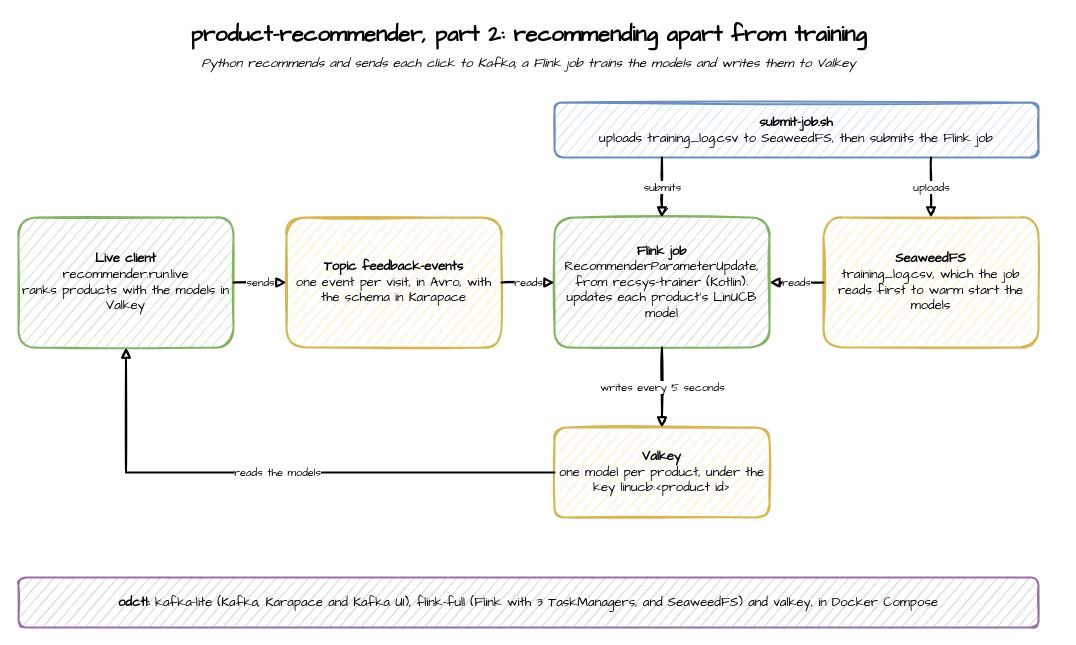
jaehyeon-kim/benchtop keeps this draw.io diagram as product-recommender/images/part-2.drawio. Above is the earlier version. Source tidied: cells renumbered, new cells numbered last; positions are measured from the earlier drawing's top-left corner, leaving out a move shared by most shapes. Both pictures are drawn from the tidied source at 100%, with x=0, y=0 at pixel (18, 17).
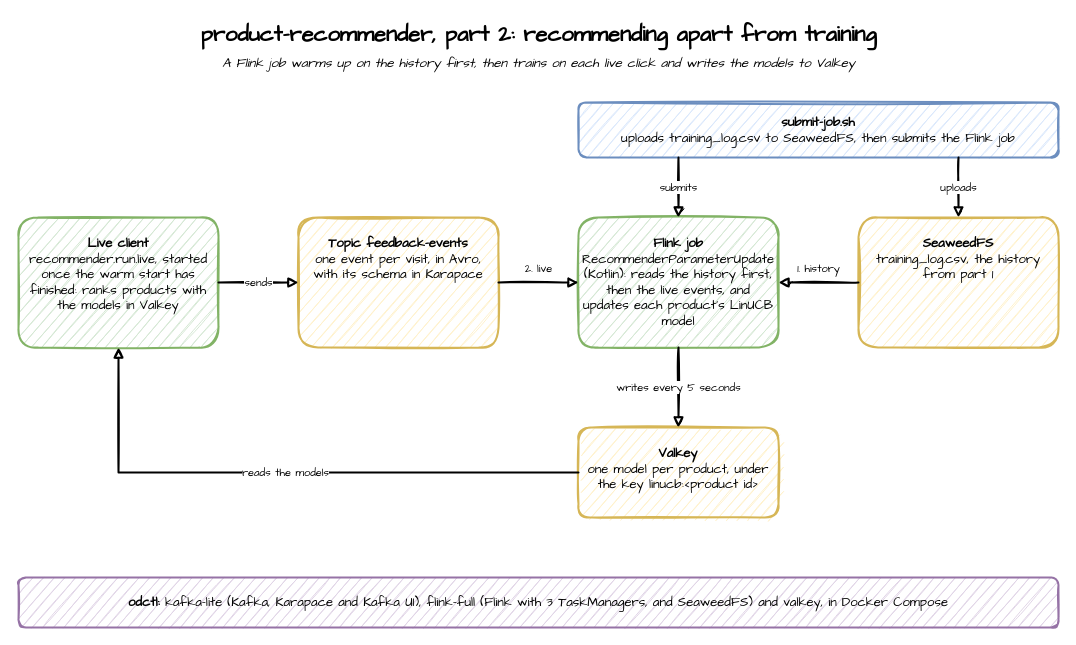
The same diagram, later.

Commit message (it also covers changes not shown here):
product-recommender: redraw the part 1 and part 2 diagrams

The edit, as a diff of the source:
```diff
@@
 <mxGraphModel>
   <root>
     <mxCell id="0" />
     <mxCell id="1" parent="0" />
     <mxCell id="2" value="product-recommender, part 2: recommending apart from training" style="text;html=1;align=center;verticalAlign=middle;fontFamily=Comic Sans MS;fontSize=22;fontStyle=1;strokeColor=none;fillColor=none;" parent="1" vertex="1">
-      <mxGeometry width="1020" height="36" as="geometry" />
+      <mxGeometry width="1040" height="36" as="geometry" />
     </mxCell>
-    <mxCell id="3" value="Python recommends and sends each click to Kafka; a Flink job trains the models and writes them to Valkey" style="text;html=1;align=center;verticalAlign=middle;fontFamily=Comic Sans MS;fontSize=13;fontStyle=2;strokeColor=none;fillColor=none;" parent="1" vertex="1">
-      <mxGeometry y="34" width="1020" height="24" as="geometry" />
+    <mxCell id="3" value="A Flink job warms up on the history first, then trains on each live click and writes the models to Valkey" style="text;html=1;align=center;verticalAlign=middle;fontFamily=Comic Sans MS;fontSize=13;fontStyle=2;strokeColor=none;fillColor=none;" parent="1" vertex="1">
+      <mxGeometry y="34" width="1040" height="24" as="geometry" />
     </mxCell>
     <mxCell id="4" value="&lt;b&gt;submit-job.sh&lt;/b&gt;&lt;br&gt;uploads training_log.csv to SeaweedFS, then submits the Flink job" style="sketch=1;fontFamily=Comic Sans MS;strokeWidth=2;html=1;rounded=1;whiteSpace=wrap;fontSize=13;fillColor=#dae8fc;strokeColor=#6c8ebf;" parent="1" vertex="1">
-      <mxGeometry x="536" y="85" width="484" height="55" as="geometry" />
+      <mxGeometry x="560" y="85" width="480" height="55" as="geometry" />
     </mxCell>
-    <mxCell id="5" value="&lt;b&gt;Live client&lt;/b&gt;&lt;br&gt;recommender.run.live&lt;br&gt;ranks products with the models in Valkey" style="sketch=1;fontFamily=Comic Sans MS;strokeWidth=2;html=1;rounded=1;whiteSpace=wrap;fontSize=13;fillColor=#d5e8d4;strokeColor=#82b366;" parent="1" vertex="1">
-      <mxGeometry y="200" width="215" height="130" as="geometry" />
+    <mxCell id="5" value="&lt;b&gt;Live client&lt;/b&gt;&lt;br&gt;recommender.run.live, started once the warm start has finished: ranks products with the models in Valkey" style="sketch=1;fontFamily=Comic Sans MS;strokeWidth=2;html=1;rounded=1;whiteSpace=wrap;fontSize=13;fillColor=#d5e8d4;strokeColor=#82b366;verticalAlign=top;spacingTop=12;spacingLeft=8;spacingRight=8;" parent="1" vertex="1">
+      <mxGeometry y="200" width="200" height="130" as="geometry" />
     </mxCell>
-    <mxCell id="6" value="&lt;b&gt;Topic feedback-events&lt;/b&gt;&lt;br&gt;one event per visit, in Avro, with the schema in Karapace" style="sketch=1;fontFamily=Comic Sans MS;strokeWidth=2;html=1;rounded=1;whiteSpace=wrap;fontSize=13;fillColor=#fff2cc;strokeColor=#d6b656;" parent="1" vertex="1">
-      <mxGeometry x="268" y="200" width="215" height="130" as="geometry" />
+    <mxCell id="6" value="&lt;b&gt;Topic feedback-events&lt;/b&gt;&lt;br&gt;one event per visit, in Avro, with its schema in Karapace" style="sketch=1;fontFamily=Comic Sans MS;strokeWidth=2;html=1;rounded=1;whiteSpace=wrap;fontSize=13;fillColor=#fff2cc;strokeColor=#d6b656;verticalAlign=top;spacingTop=12;spacingLeft=8;spacingRight=8;" parent="1" vertex="1">
+      <mxGeometry x="280" y="200" width="200" height="130" as="geometry" />
     </mxCell>
-    <mxCell id="7" value="&lt;b&gt;Flink job&lt;/b&gt;&lt;br&gt;RecommenderParameterUpdate, from recsys-trainer (Kotlin): updates each product's LinUCB model" style="sketch=1;fontFamily=Comic Sans MS;strokeWidth=2;html=1;rounded=1;whiteSpace=wrap;fontSize=13;fillColor=#d5e8d4;strokeColor=#82b366;" parent="1" vertex="1">
-      <mxGeometry x="536" y="200" width="215" height="130" as="geometry" />
+    <mxCell id="7" value="&lt;b&gt;Flink job&lt;/b&gt;&lt;br&gt;RecommenderParameterUpdate (Kotlin): reads the history first, then the live events, and updates each product's LinUCB model" style="sketch=1;fontFamily=Comic Sans MS;strokeWidth=2;html=1;rounded=1;whiteSpace=wrap;fontSize=13;fillColor=#d5e8d4;strokeColor=#82b366;verticalAlign=top;spacingTop=12;spacingLeft=8;spacingRight=8;" parent="1" vertex="1">
+      <mxGeometry x="560" y="200" width="200" height="130" as="geometry" />
     </mxCell>
-    <mxCell id="8" value="&lt;b&gt;SeaweedFS&lt;/b&gt;&lt;br&gt;training_log.csv, which the job reads first to warm start the models" style="sketch=1;fontFamily=Comic Sans MS;strokeWidth=2;html=1;rounded=1;whiteSpace=wrap;fontSize=13;fillColor=#fff2cc;strokeColor=#d6b656;" parent="1" vertex="1">
-      <mxGeometry x="805" y="200" width="215" height="130" as="geometry" />
+    <mxCell id="8" value="&lt;b&gt;SeaweedFS&lt;/b&gt;&lt;br&gt;training_log.csv, the history from part 1" style="sketch=1;fontFamily=Comic Sans MS;strokeWidth=2;html=1;rounded=1;whiteSpace=wrap;fontSize=13;fillColor=#fff2cc;strokeColor=#d6b656;verticalAlign=top;spacingTop=12;spacingLeft=8;spacingRight=8;" parent="1" vertex="1">
+      <mxGeometry x="840" y="200" width="200" height="130" as="geometry" />
     </mxCell>
-    <mxCell id="9" value="&lt;b&gt;Valkey&lt;/b&gt;&lt;br&gt;one model per product, under the key linucb:&amp;lt;product id&amp;gt;" style="sketch=1;fontFamily=Comic Sans MS;strokeWidth=2;html=1;rounded=1;whiteSpace=wrap;fontSize=13;fillColor=#fff2cc;strokeColor=#d6b656;" parent="1" vertex="1">
-      <mxGeometry x="536" y="410" width="215" height="90" as="geometry" />
+    <mxCell id="9" value="&lt;b&gt;Valkey&lt;/b&gt;&lt;br&gt;one model per product, under the key linucb:&amp;lt;product id&amp;gt;" style="sketch=1;fontFamily=Comic Sans MS;strokeWidth=2;html=1;rounded=1;whiteSpace=wrap;fontSize=13;fillColor=#fff2cc;strokeColor=#d6b656;verticalAlign=top;spacingTop=12;spacingLeft=8;spacingRight=8;" parent="1" vertex="1">
+      <mxGeometry x="560" y="410" width="200" height="90" as="geometry" />
     </mxCell>
     <mxCell id="10" value="&lt;b&gt;odctl:&lt;/b&gt; kafka-lite (Kafka, Karapace and Kafka UI), flink-full (Flink with 3 TaskManagers, and SeaweedFS) and valkey, in Docker Compose" style="sketch=1;fontFamily=Comic Sans MS;strokeWidth=2;html=1;rounded=1;whiteSpace=wrap;fontSize=13;fillColor=#e1d5e7;strokeColor=#9673a6;" parent="1" vertex="1">
-      <mxGeometry y="560" width="1020" height="50" as="geometry" />
+      <mxGeometry y="560" width="1040" height="50" as="geometry" />
     </mxCell>
-    <mxCell id="11" value="submits" style="sketch=1;fontFamily=Comic Sans MS;strokeWidth=2;html=1;edgeStyle=orthogonalEdgeStyle;rounded=0;endArrow=block;endFill=1;fontSize=11;labelBackgroundColor=#ffffff;exitX=0.222;exitY=1;entryX=0.5;entryY=0;" parent="1" edge="1" source="4" target="7">
+    <mxCell id="11" value="submits" style="sketch=1;fontFamily=Comic Sans MS;strokeWidth=2;html=1;edgeStyle=orthogonalEdgeStyle;rounded=0;endArrow=block;endFill=1;fontSize=11;labelBackgroundColor=#ffffff;exitX=0.2083;exitY=1;entryX=0.5;entryY=0;" parent="1" edge="1" source="4" target="7">
       <mxGeometry relative="1" as="geometry" />
     </mxCell>
-    <mxCell id="12" value="uploads" style="sketch=1;fontFamily=Comic Sans MS;strokeWidth=2;html=1;edgeStyle=orthogonalEdgeStyle;rounded=0;endArrow=block;endFill=1;fontSize=11;labelBackgroundColor=#ffffff;exitX=0.778;exitY=1;entryX=0.5;entryY=0;" parent="1" edge="1" source="4" target="8">
+    <mxCell id="12" value="uploads" style="sketch=1;fontFamily=Comic Sans MS;strokeWidth=2;html=1;edgeStyle=orthogonalEdgeStyle;rounded=0;endArrow=block;endFill=1;fontSize=11;labelBackgroundColor=#ffffff;exitX=0.7917;exitY=1;entryX=0.5;entryY=0;" parent="1" edge="1" source="4" target="8">
       <mxGeometry relative="1" as="geometry" />
     </mxCell>
     <mxCell id="13" value="sends" style="sketch=1;fontFamily=Comic Sans MS;strokeWidth=2;html=1;edgeStyle=orthogonalEdgeStyle;rounded=0;endArrow=block;endFill=1;fontSize=11;labelBackgroundColor=#ffffff;exitX=1;exitY=0.5;entryX=0;entryY=0.5;" parent="1" edge="1" source="5" target="6">
       <mxGeometry relative="1" as="geometry" />
     </mxCell>
-    <mxCell id="14" value="reads" style="sketch=1;fontFamily=Comic Sans MS;strokeWidth=2;html=1;edgeStyle=orthogonalEdgeStyle;rounded=0;endArrow=block;endFill=1;fontSize=11;labelBackgroundColor=#ffffff;exitX=1;exitY=0.5;entryX=0;entryY=0.5;" parent="1" edge="1" source="6" target="7">
-      <mxGeometry relative="1" as="geometry" />
+    <mxCell id="14" value="2. live" style="sketch=1;fontFamily=Comic Sans MS;strokeWidth=2;html=1;edgeStyle=orthogonalEdgeStyle;rounded=0;endArrow=block;endFill=1;fontSize=11;labelBackgroundColor=#ffffff;exitX=1;exitY=0.5;entryX=0;entryY=0.5;" parent="1" edge="1" source="6" target="7">
+      <mxGeometry relative="1" as="geometry">
+        <mxPoint y="-14" as="offset" />
+      </mxGeometry>
     </mxCell>
-    <mxCell id="15" value="reads" style="sketch=1;fontFamily=Comic Sans MS;strokeWidth=2;html=1;edgeStyle=orthogonalEdgeStyle;rounded=0;endArrow=block;endFill=1;fontSize=11;labelBackgroundColor=#ffffff;exitX=0;exitY=0.5;entryX=1;entryY=0.5;" parent="1" edge="1" source="8" target="7">
-      <mxGeometry relative="1" as="geometry" />
+    <mxCell id="15" value="1. history" style="sketch=1;fontFamily=Comic Sans MS;strokeWidth=2;html=1;edgeStyle=orthogonalEdgeStyle;rounded=0;endArrow=block;endFill=1;fontSize=11;labelBackgroundColor=#ffffff;exitX=0;exitY=0.5;entryX=1;entryY=0.5;" parent="1" edge="1" source="8" target="7">
+      <mxGeometry relative="1" as="geometry">
+        <mxPoint y="-14" as="offset" />
+      </mxGeometry>
     </mxCell>
     <mxCell id="16" value="writes every 5 seconds" style="sketch=1;fontFamily=Comic Sans MS;strokeWidth=2;html=1;edgeStyle=orthogonalEdgeStyle;rounded=0;endArrow=block;endFill=1;fontSize=11;labelBackgroundColor=#ffffff;exitX=0.5;exitY=1;entryX=0.5;entryY=0;" parent="1" edge="1" source="7" target="9">
       <mxGeometry relative="1" as="geometry" />
     </mxCell>
     <mxCell id="17" value="reads the models" style="sketch=1;fontFamily=Comic Sans MS;strokeWidth=2;html=1;edgeStyle=orthogonalEdgeStyle;rounded=0;endArrow=block;endFill=1;fontSize=11;labelBackgroundColor=#ffffff;exitX=0;exitY=0.5;entryX=0.5;entryY=1;" parent="1" edge="1" source="9" target="5">
       <mxGeometry relative="1" as="geometry" />
     </mxCell>
   </root>
 </mxGraphModel>
```
